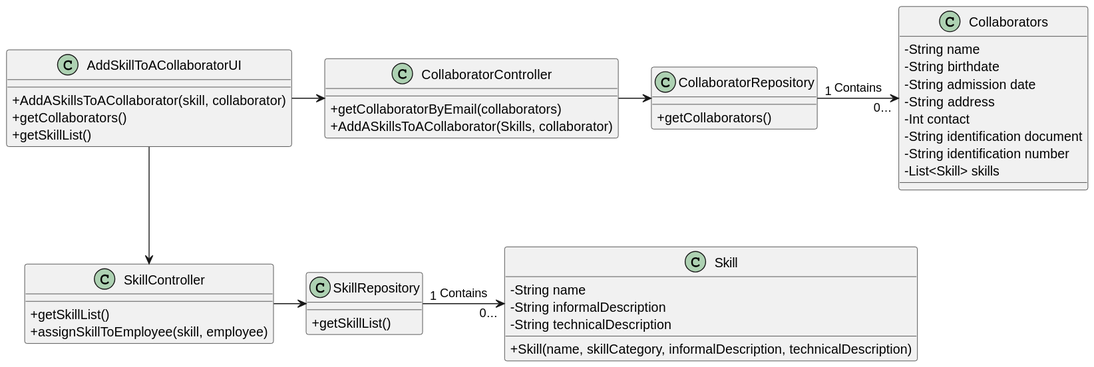
Above: docs/sprintB/us004/03.design/svg/us004-class-diagram.svg in RicardoMorim/lapr2-ISEP-Project (PlantUML), before the change.
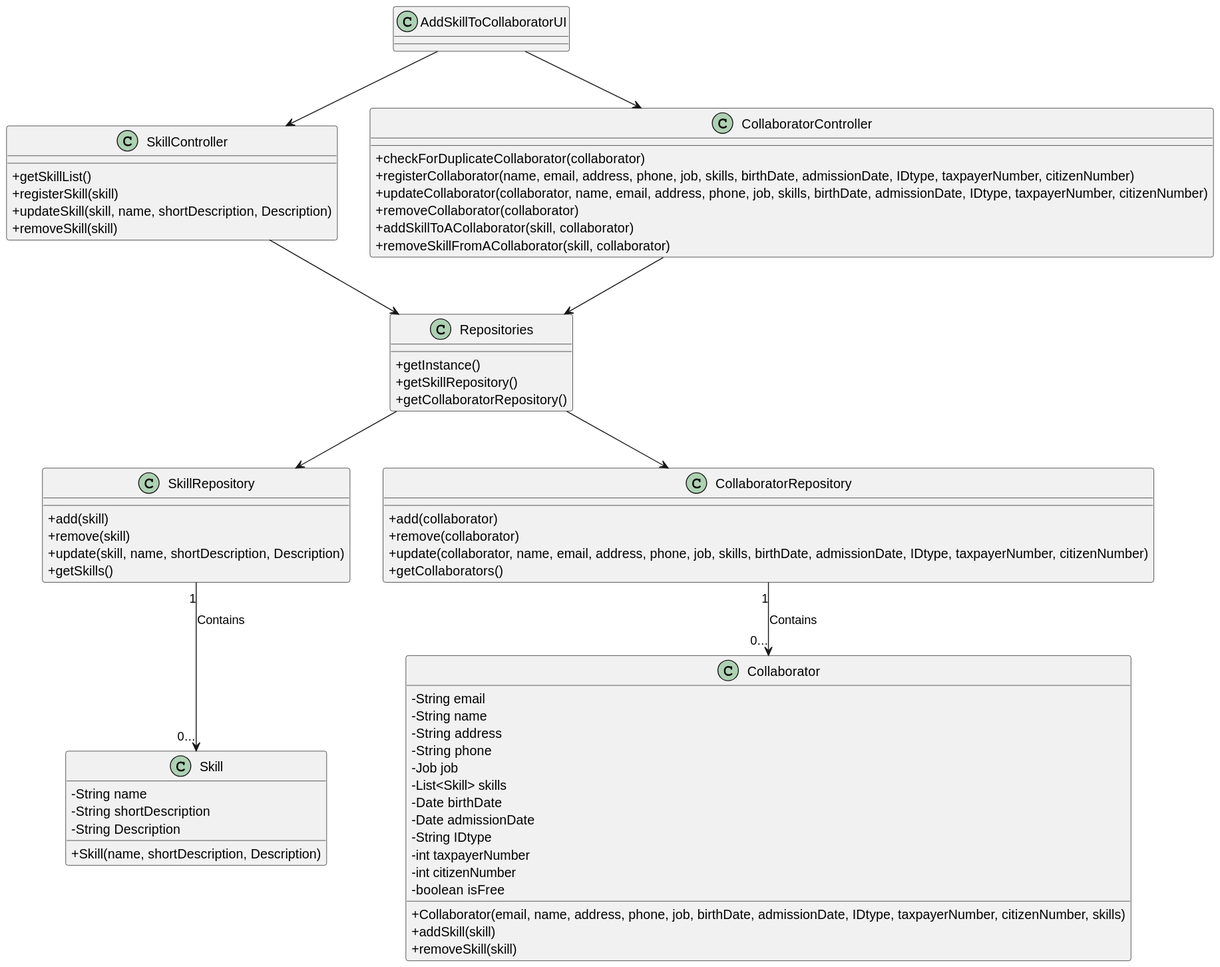
Above is the later version.

Change to the diagram source:
```diff
@@ -6,57 +6,78 @@
 skinparam classAttributeIconSize 0
 
 
-
 class Skill {
     - String name
-    - String informalDescription
-    - String technicalDescription
+    - String shortDescription
+    - String Description
 
-
-    + Skill(name, skillCategory, informalDescription, technicalDescription)
+    + Skill(name, shortDescription, Description)
 }
 
 class SkillController {
     + getSkillList()
-    + assignSkillToEmployee(skill, employee)
+    + registerSkill(skill)
+    + updateSkill(skill, name, shortDescription, Description)
+    + removeSkill(skill)
 }
 
+class Collaborator {
+    - String email
+    - String name
+    - String address
+    - String phone
+    - Job job
+    - List<Skill> skills
+    - Date birthDate
+    - Date admissionDate
+    - String IDtype
+    - int taxpayerNumber
+    - int citizenNumber
+    - boolean isFree
 
-
-class AddSkillToACollaboratorUI {
-
-    + AddASkillsToACollaborator(skill, collaborator)
-    + getCollaborators()
-    + getSkillList()
+    + Collaborator(email, name, address, phone, job, birthDate, admissionDate, IDtype, taxpayerNumber, citizenNumber, skills)
+    + addSkill(skill)
+    + removeSkill(skill)
 }
 
-class CollaboratorRepository{
+class CollaboratorController {
+    + checkForDuplicateCollaborator(collaborator)
+    + registerCollaborator(name, email, address, phone, job, skills, birthDate, admissionDate, IDtype, taxpayerNumber, citizenNumber)
+    + updateCollaborator(collaborator, name, email, address, phone, job, skills, birthDate, admissionDate, IDtype, taxpayerNumber, citizenNumber)
+    + removeCollaborator(collaborator)
+    + addSkillToACollaborator(skill, collaborator)
+    + removeSkillFromACollaborator(skill, collaborator)
+}
+
+class AddSkillToCollaboratorUI {
+}
+
+class SkillRepository {
+    + add(skill)
+    + remove(skill)
+    + update(skill, name, shortDescription, Description)
+    + getSkills()
+}
+
+class CollaboratorRepository {
+    + add(collaborator)
+    + remove(collaborator)
+    + update(collaborator, name, email, address, phone, job, skills, birthDate, admissionDate, IDtype, taxpayerNumber, citizenNumber)
     + getCollaborators()
 }
 
-class SkillRepository{
-    + getSkillList()
-}
-class Collaborators{
-    -String name
-    -String birthdate
-    -String admission date
-    -String address
-    -Int contact
-    -String identification document
-    -String identification number
-    -List<Skill> skills
+class Repositories {
+    + getInstance()
+    + getSkillRepository()
+    + getCollaboratorRepository()
 }
 
-class CollaboratorController{
-    + getCollaboratorByEmail(collaborators)
-    + AddASkillsToACollaborator(Skills, collaborator)
-}
-
-AddSkillToACollaboratorUI --> SkillController
-SkillController -> SkillRepository
-AddSkillToACollaboratorUI -> CollaboratorController
-CollaboratorController -> CollaboratorRepository
-CollaboratorRepository "1" -> "0..." Collaborators : Contains
-SkillRepository "1" -> "0..." Skill : Contains
+AddSkillToCollaboratorUI --> SkillController
+AddSkillToCollaboratorUI --> CollaboratorController
+SkillController --> Repositories
+CollaboratorController --> Repositories
+Repositories --> SkillRepository
+Repositories --> CollaboratorRepository
+CollaboratorRepository "1" --> "0..." Collaborator : Contains
+SkillRepository "1" --> "0..." Skill : Contains
 @enduml
```
